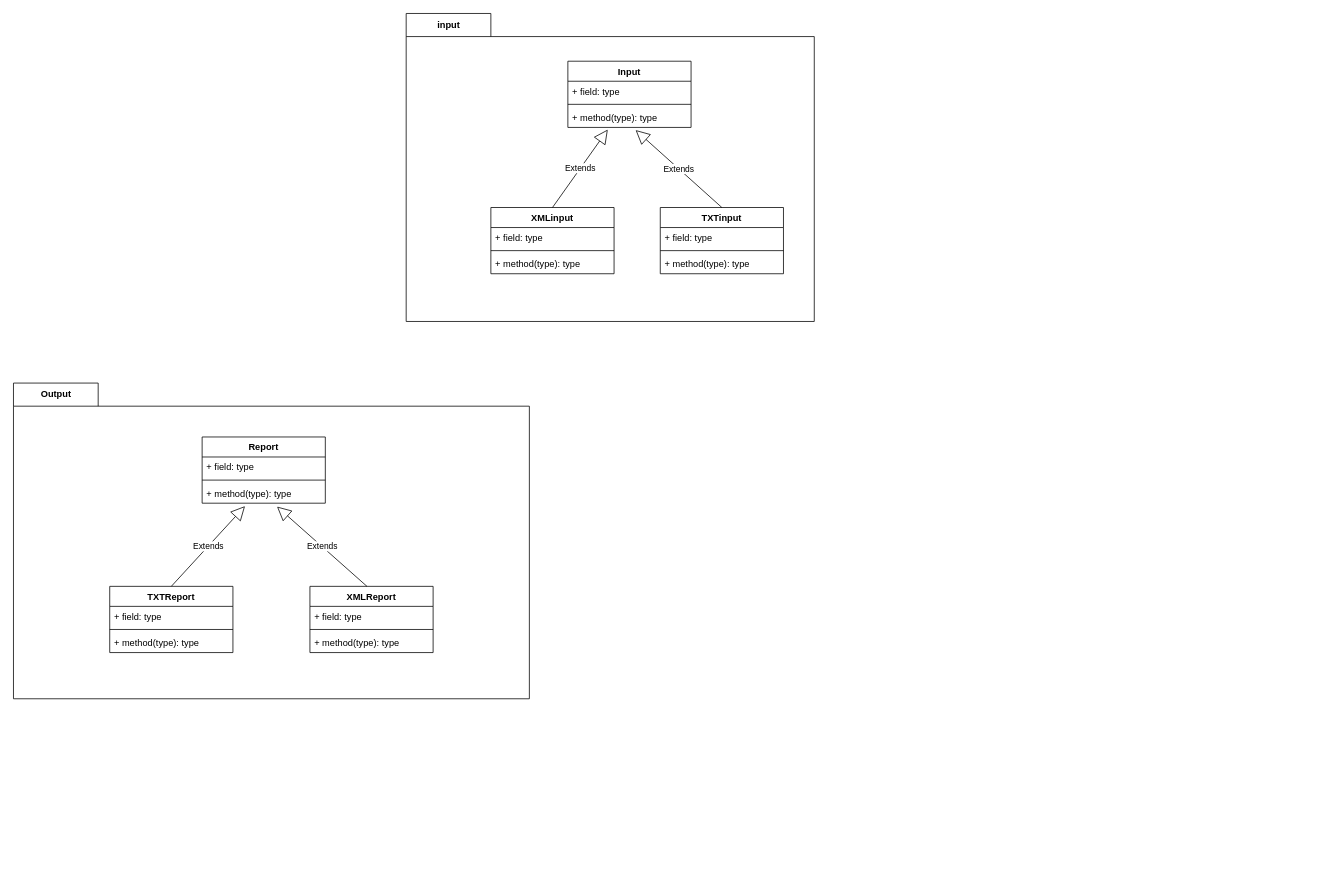
Above: soft-devII-2024-project-material/sales-commissions-application/src/class_diagram.drawio in philipAthanasopoulos/Saleio (draw.io), before the change. Source tidied: cells renumbered, new cells numbered last; positions are measured from the earlier drawing's top-left corner, leaving out a move shared by most shapes. Both pictures are drawn from the tidied source at 77%, with x=0, y=0 at pixel (13, 13).
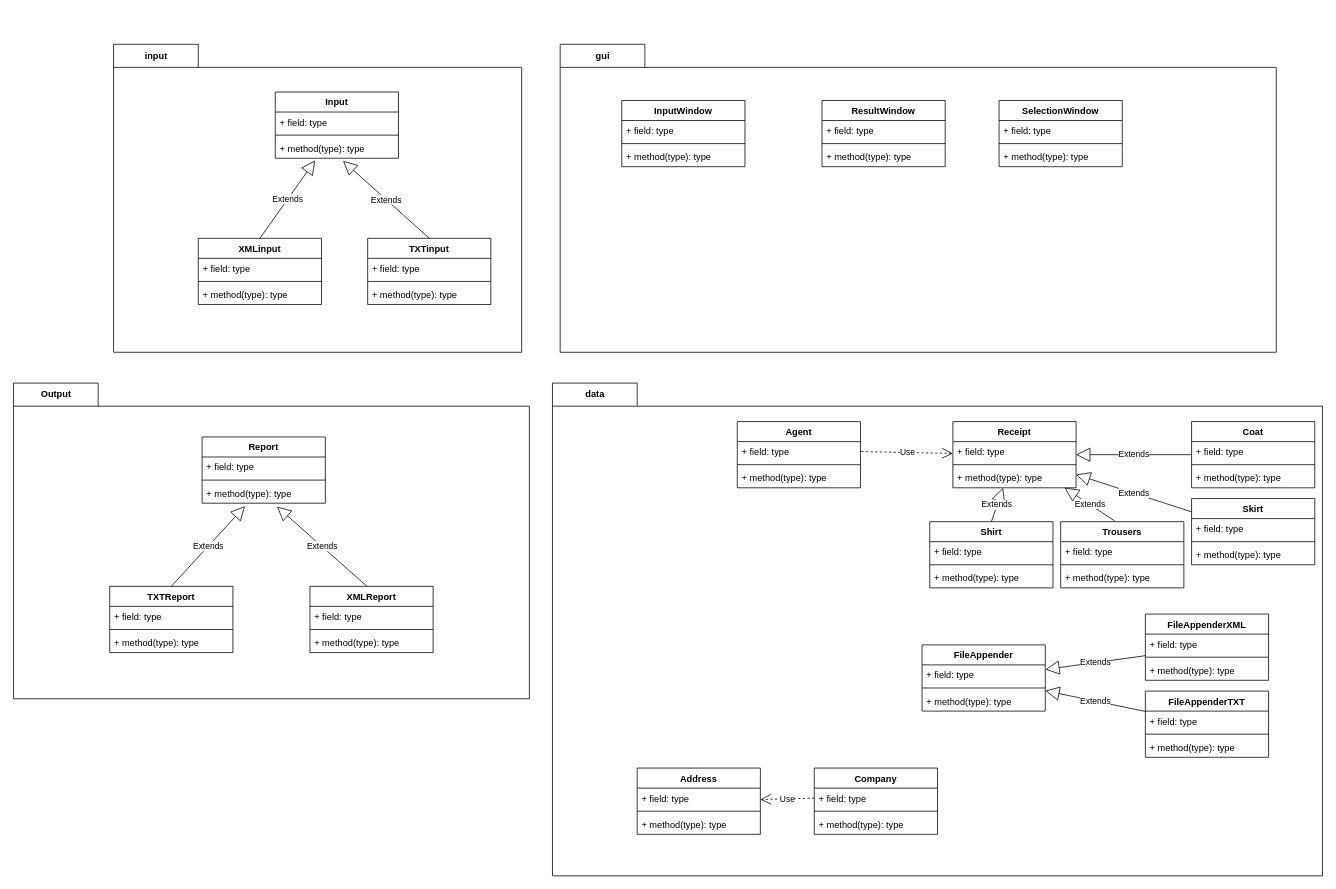
After the change.

The edit, as a diff of the source:
```diff
@@
     <mxCell id="2" value="input" style="shape=folder;fontStyle=1;tabWidth=110;tabHeight=30;tabPosition=left;html=1;boundedLbl=1;labelInHeader=1;" parent="1" vertex="1">
-      <mxGeometry x="510" width="530" height="400" as="geometry" />
+      <mxGeometry x="130" y="40" width="530" height="400" as="geometry" />
     </mxCell>
@@
+    <mxCell id="34" value="data" style="shape=folder;fontStyle=1;tabWidth=110;tabHeight=30;tabPosition=left;html=1;boundedLbl=1;labelInHeader=1;" parent="1" vertex="1">
+      <mxGeometry x="700" y="480" width="1000" height="640" as="geometry" />
+    </mxCell>
+    <mxCell id="35" style="html=1;strokeColor=none;fillColor=none;" parent="34" vertex="1">
+      <mxGeometry width="1000" height="448" relative="1" as="geometry">
+        <mxPoint y="30" as="offset" />
+      </mxGeometry>
+    </mxCell>
+    <mxCell id="36" value="Receipt" style="swimlane;fontStyle=1;align=center;verticalAlign=top;horizontal=1;startSize=26;" parent="34" vertex="1">
+      <mxGeometry x="520" y="50" width="160" height="86" as="geometry" />
+    </mxCell>
+    <mxCell id="37" value="+ field: type" style="text;strokeColor=none;fillColor=none;align=left;verticalAlign=top;spacingLeft=4;spacingRight=4;overflow=hidden;" parent="36" vertex="1">
+      <mxGeometry y="26" width="160" height="26" as="geometry" />
+    </mxCell>
+    <mxCell id="38" style="line;strokeWidth=1;fillColor=none;align=left;verticalAlign=middle;spacingTop=-1;spacingLeft=3;spacingRight=3;labelPosition=right;strokeColor=inherit;" parent="36" vertex="1">
+      <mxGeometry y="52" width="160" height="8" as="geometry" />
+    </mxCell>
+    <mxCell id="39" value="+ method(type): type" style="text;strokeColor=none;fillColor=none;align=left;verticalAlign=top;spacingLeft=4;spacingRight=4;overflow=hidden;" parent="36" vertex="1">
+      <mxGeometry y="60" width="160" height="26" as="geometry" />
+    </mxCell>
+    <mxCell id="40" value="Shirt" style="swimlane;fontStyle=1;align=center;verticalAlign=top;horizontal=1;startSize=26;" parent="34" vertex="1">
+      <mxGeometry x="490" y="180" width="160" height="86" as="geometry" />
+    </mxCell>
+    <mxCell id="41" value="+ field: type" style="text;strokeColor=none;fillColor=none;align=left;verticalAlign=top;spacingLeft=4;spacingRight=4;overflow=hidden;" parent="40" vertex="1">
+      <mxGeometry y="26" width="160" height="26" as="geometry" />
+    </mxCell>
+    <mxCell id="42" style="line;strokeWidth=1;fillColor=none;align=left;verticalAlign=middle;spacingTop=-1;spacingLeft=3;spacingRight=3;labelPosition=right;strokeColor=inherit;" parent="40" vertex="1">
+      <mxGeometry y="52" width="160" height="8" as="geometry" />
+    </mxCell>
+    <mxCell id="43" value="+ method(type): type" style="text;strokeColor=none;fillColor=none;align=left;verticalAlign=top;spacingLeft=4;spacingRight=4;overflow=hidden;" parent="40" vertex="1">
+      <mxGeometry y="60" width="160" height="26" as="geometry" />
+    </mxCell>
+    <mxCell id="44" value="Trousers" style="swimlane;fontStyle=1;align=center;verticalAlign=top;horizontal=1;startSize=26;" parent="34" vertex="1">
+      <mxGeometry x="660" y="180" width="160" height="86" as="geometry" />
+    </mxCell>
+    <mxCell id="45" value="+ field: type" style="text;strokeColor=none;fillColor=none;align=left;verticalAlign=top;spacingLeft=4;spacingRight=4;overflow=hidden;" parent="44" vertex="1">
+      <mxGeometry y="26" width="160" height="26" as="geometry" />
+    </mxCell>
+    <mxCell id="46" style="line;strokeWidth=1;fillColor=none;align=left;verticalAlign=middle;spacingTop=-1;spacingLeft=3;spacingRight=3;labelPosition=right;strokeColor=inherit;" parent="44" vertex="1">
+      <mxGeometry y="52" width="160" height="8" as="geometry" />
+    </mxCell>
+    <mxCell id="47" value="+ method(type): type" style="text;strokeColor=none;fillColor=none;align=left;verticalAlign=top;spacingLeft=4;spacingRight=4;overflow=hidden;" parent="44" vertex="1">
+      <mxGeometry y="60" width="160" height="26" as="geometry" />
+    </mxCell>
+    <mxCell id="48" value="Skirt" style="swimlane;fontStyle=1;align=center;verticalAlign=top;horizontal=1;startSize=26;" parent="34" vertex="1">
+      <mxGeometry x="830" y="150" width="160" height="86" as="geometry" />
+    </mxCell>
+    <mxCell id="49" value="+ field: type" style="text;strokeColor=none;fillColor=none;align=left;verticalAlign=top;spacingLeft=4;spacingRight=4;overflow=hidden;" parent="48" vertex="1">
+      <mxGeometry y="26" width="160" height="26" as="geometry" />
+    </mxCell>
+    <mxCell id="50" style="line;strokeWidth=1;fillColor=none;align=left;verticalAlign=middle;spacingTop=-1;spacingLeft=3;spacingRight=3;labelPosition=right;strokeColor=inherit;" parent="48" vertex="1">
+      <mxGeometry y="52" width="160" height="8" as="geometry" />
+    </mxCell>
+    <mxCell id="51" value="+ method(type): type" style="text;strokeColor=none;fillColor=none;align=left;verticalAlign=top;spacingLeft=4;spacingRight=4;overflow=hidden;" parent="48" vertex="1">
+      <mxGeometry y="60" width="160" height="26" as="geometry" />
+    </mxCell>
+    <mxCell id="52" value="Coat" style="swimlane;fontStyle=1;align=center;verticalAlign=top;horizontal=1;startSize=26;" parent="34" vertex="1">
+      <mxGeometry x="830" y="50" width="160" height="86" as="geometry" />
+    </mxCell>
+    <mxCell id="53" value="+ field: type" style="text;strokeColor=none;fillColor=none;align=left;verticalAlign=top;spacingLeft=4;spacingRight=4;overflow=hidden;" parent="52" vertex="1">
+      <mxGeometry y="26" width="160" height="26" as="geometry" />
+    </mxCell>
+    <mxCell id="54" style="line;strokeWidth=1;fillColor=none;align=left;verticalAlign=middle;spacingTop=-1;spacingLeft=3;spacingRight=3;labelPosition=right;strokeColor=inherit;" parent="52" vertex="1">
+      <mxGeometry y="52" width="160" height="8" as="geometry" />
+    </mxCell>
+    <mxCell id="55" value="+ method(type): type" style="text;strokeColor=none;fillColor=none;align=left;verticalAlign=top;spacingLeft=4;spacingRight=4;overflow=hidden;" parent="52" vertex="1">
+      <mxGeometry y="60" width="160" height="26" as="geometry" />
+    </mxCell>
+    <mxCell id="56" value="Extends" style="endArrow=block;endSize=16;endFill=0;html=1;exitX=0.5;exitY=0;exitDx=0;exitDy=0;" parent="34" edge="1" source="40" target="36">
+      <mxGeometry relative="1" as="geometry" />
+    </mxCell>
+    <mxCell id="57" value="Extends" style="endArrow=block;endSize=16;endFill=0;html=1;exitX=0.438;exitY=-0.012;exitDx=0;exitDy=0;exitPerimeter=0;" parent="34" edge="1" source="44" target="36">
+      <mxGeometry relative="1" as="geometry" />
+    </mxCell>
+    <mxCell id="58" value="Extends" style="endArrow=block;endSize=16;endFill=0;html=1;" parent="34" edge="1" source="48" target="36">
+      <mxGeometry relative="1" as="geometry" />
+    </mxCell>
+    <mxCell id="59" value="Extends" style="endArrow=block;endSize=16;endFill=0;html=1;" parent="34" edge="1" source="52" target="36">
+      <mxGeometry relative="1" as="geometry" />
+    </mxCell>
+    <mxCell id="60" value="Address" style="swimlane;fontStyle=1;align=center;verticalAlign=top;horizontal=1;startSize=26;" parent="34" vertex="1">
+      <mxGeometry x="110" y="500" width="160" height="86" as="geometry" />
+    </mxCell>
+    <mxCell id="61" value="+ field: type" style="text;strokeColor=none;fillColor=none;align=left;verticalAlign=top;spacingLeft=4;spacingRight=4;overflow=hidden;" parent="60" vertex="1">
+      <mxGeometry y="26" width="160" height="26" as="geometry" />
+    </mxCell>
+    <mxCell id="62" style="line;strokeWidth=1;fillColor=none;align=left;verticalAlign=middle;spacingTop=-1;spacingLeft=3;spacingRight=3;labelPosition=right;strokeColor=inherit;" parent="60" vertex="1">
+      <mxGeometry y="52" width="160" height="8" as="geometry" />
+    </mxCell>
+    <mxCell id="63" value="+ method(type): type" style="text;strokeColor=none;fillColor=none;align=left;verticalAlign=top;spacingLeft=4;spacingRight=4;overflow=hidden;" parent="60" vertex="1">
+      <mxGeometry y="60" width="160" height="26" as="geometry" />
+    </mxCell>
+    <mxCell id="64" value="Agent" style="swimlane;fontStyle=1;align=center;verticalAlign=top;horizontal=1;startSize=26;" parent="34" vertex="1">
+      <mxGeometry x="240" y="50" width="160" height="86" as="geometry" />
+    </mxCell>
+    <mxCell id="65" value="+ field: type" style="text;strokeColor=none;fillColor=none;align=left;verticalAlign=top;spacingLeft=4;spacingRight=4;overflow=hidden;" parent="64" vertex="1">
+      <mxGeometry y="26" width="160" height="26" as="geometry" />
+    </mxCell>
+    <mxCell id="66" style="line;strokeWidth=1;fillColor=none;align=left;verticalAlign=middle;spacingTop=-1;spacingLeft=3;spacingRight=3;labelPosition=right;strokeColor=inherit;" parent="64" vertex="1">
+      <mxGeometry y="52" width="160" height="8" as="geometry" />
+    </mxCell>
+    <mxCell id="67" value="+ method(type): type" style="text;strokeColor=none;fillColor=none;align=left;verticalAlign=top;spacingLeft=4;spacingRight=4;overflow=hidden;" parent="64" vertex="1">
+      <mxGeometry y="60" width="160" height="26" as="geometry" />
+    </mxCell>
+    <mxCell id="68" value="Company" style="swimlane;fontStyle=1;align=center;verticalAlign=top;horizontal=1;startSize=26;" parent="34" vertex="1">
+      <mxGeometry x="340" y="500" width="160" height="86" as="geometry" />
+    </mxCell>
+    <mxCell id="69" value="+ field: type" style="text;strokeColor=none;fillColor=none;align=left;verticalAlign=top;spacingLeft=4;spacingRight=4;overflow=hidden;points=[[0,0.5],[1,0.5]];portConstraint=eastwest;" parent="68" vertex="1">
+      <mxGeometry y="26" width="160" height="26" as="geometry" />
+    </mxCell>
+    <mxCell id="70" style="line;strokeWidth=1;fillColor=none;align=left;verticalAlign=middle;spacingTop=-1;spacingLeft=3;spacingRight=3;labelPosition=right;strokeColor=inherit;" parent="68" vertex="1">
+      <mxGeometry y="52" width="160" height="8" as="geometry" />
+    </mxCell>
+    <mxCell id="71" value="+ method(type): type" style="text;strokeColor=none;fillColor=none;align=left;verticalAlign=top;spacingLeft=4;spacingRight=4;overflow=hidden;" parent="68" vertex="1">
+      <mxGeometry y="60" width="160" height="26" as="geometry" />
+    </mxCell>
+    <mxCell id="72" value="Use" style="endArrow=open;endSize=12;dashed=1;html=1;exitX=0;exitY=0.5;exitDx=0;exitDy=0;" parent="34" edge="1" source="69" target="60">
+      <mxGeometry relative="1" as="geometry" />
+    </mxCell>
+    <mxCell id="73" value="FileAppender" style="swimlane;fontStyle=1;align=center;verticalAlign=top;horizontal=1;startSize=26;" parent="34" vertex="1">
+      <mxGeometry x="480" y="340" width="160" height="86" as="geometry" />
+    </mxCell>
+    <mxCell id="74" value="+ field: type" style="text;strokeColor=none;fillColor=none;align=left;verticalAlign=top;spacingLeft=4;spacingRight=4;overflow=hidden;" parent="73" vertex="1">
+      <mxGeometry y="26" width="160" height="26" as="geometry" />
+    </mxCell>
+    <mxCell id="75" style="line;strokeWidth=1;fillColor=none;align=left;verticalAlign=middle;spacingTop=-1;spacingLeft=3;spacingRight=3;labelPosition=right;strokeColor=inherit;" parent="73" vertex="1">
+      <mxGeometry y="52" width="160" height="8" as="geometry" />
+    </mxCell>
+    <mxCell id="76" value="+ method(type): type" style="text;strokeColor=none;fillColor=none;align=left;verticalAlign=top;spacingLeft=4;spacingRight=4;overflow=hidden;" parent="73" vertex="1">
+      <mxGeometry y="60" width="160" height="26" as="geometry" />
+    </mxCell>
+    <mxCell id="77" value="FileAppenderXML" style="swimlane;fontStyle=1;align=center;verticalAlign=top;horizontal=1;startSize=26;" parent="34" vertex="1">
+      <mxGeometry x="770" y="300" width="160" height="86" as="geometry" />
+    </mxCell>
+    <mxCell id="78" value="+ field: type" style="text;strokeColor=none;fillColor=none;align=left;verticalAlign=top;spacingLeft=4;spacingRight=4;overflow=hidden;" parent="77" vertex="1">
+      <mxGeometry y="26" width="160" height="26" as="geometry" />
+    </mxCell>
+    <mxCell id="79" style="line;strokeWidth=1;fillColor=none;align=left;verticalAlign=middle;spacingTop=-1;spacingLeft=3;spacingRight=3;labelPosition=right;strokeColor=inherit;" parent="77" vertex="1">
+      <mxGeometry y="52" width="160" height="8" as="geometry" />
+    </mxCell>
+    <mxCell id="80" value="+ method(type): type" style="text;strokeColor=none;fillColor=none;align=left;verticalAlign=top;spacingLeft=4;spacingRight=4;overflow=hidden;" parent="77" vertex="1">
+      <mxGeometry y="60" width="160" height="26" as="geometry" />
+    </mxCell>
+    <mxCell id="81" value="FileAppenderTXT" style="swimlane;fontStyle=1;align=center;verticalAlign=top;horizontal=1;startSize=26;" parent="34" vertex="1">
+      <mxGeometry x="770" y="400" width="160" height="86" as="geometry" />
+    </mxCell>
+    <mxCell id="82" value="+ field: type" style="text;strokeColor=none;fillColor=none;align=left;verticalAlign=top;spacingLeft=4;spacingRight=4;overflow=hidden;" parent="81" vertex="1">
+      <mxGeometry y="26" width="160" height="26" as="geometry" />
+    </mxCell>
+    <mxCell id="83" style="line;strokeWidth=1;fillColor=none;align=left;verticalAlign=middle;spacingTop=-1;spacingLeft=3;spacingRight=3;labelPosition=right;strokeColor=inherit;" parent="81" vertex="1">
+      <mxGeometry y="52" width="160" height="8" as="geometry" />
+    </mxCell>
+    <mxCell id="84" value="+ method(type): type" style="text;strokeColor=none;fillColor=none;align=left;verticalAlign=top;spacingLeft=4;spacingRight=4;overflow=hidden;" parent="81" vertex="1">
+      <mxGeometry y="60" width="160" height="26" as="geometry" />
+    </mxCell>
+    <mxCell id="85" value="Extends" style="endArrow=block;endSize=16;endFill=0;html=1;" parent="34" edge="1" source="77" target="73">
+      <mxGeometry relative="1" as="geometry" />
+    </mxCell>
+    <mxCell id="86" value="Extends" style="endArrow=block;endSize=16;endFill=0;html=1;" parent="34" edge="1" source="81" target="73">
+      <mxGeometry relative="1" as="geometry" />
+    </mxCell>
+    <mxCell id="87" value="Use" style="endArrow=open;endSize=12;dashed=1;html=1;exitX=1;exitY=0.5;exitDx=0;exitDy=0;" parent="34" edge="1" target="36">
+      <mxGeometry relative="1" as="geometry">
+        <mxPoint x="401" y="89" as="sourcePoint" />
+      </mxGeometry>
+    </mxCell>
+    <mxCell id="88" value="gui" style="shape=folder;fontStyle=1;tabWidth=110;tabHeight=30;tabPosition=left;html=1;boundedLbl=1;labelInHeader=1;" parent="1" vertex="1">
+      <mxGeometry x="710" y="40" width="930" height="400" as="geometry" />
+    </mxCell>
+    <mxCell id="89" style="html=1;strokeColor=none;fillColor=none;" parent="88" vertex="1">
+      <mxGeometry width="930" height="280" relative="1" as="geometry">
+        <mxPoint y="30" as="offset" />
+      </mxGeometry>
+    </mxCell>
+    <mxCell id="90" value="InputWindow" style="swimlane;fontStyle=1;align=center;verticalAlign=top;horizontal=1;startSize=26;" parent="88" vertex="1">
+      <mxGeometry x="80" y="73" width="160" height="86" as="geometry" />
+    </mxCell>
+    <mxCell id="91" value="+ field: type" style="text;strokeColor=none;fillColor=none;align=left;verticalAlign=top;spacingLeft=4;spacingRight=4;overflow=hidden;" parent="90" vertex="1">
+      <mxGeometry y="26" width="160" height="26" as="geometry" />
+    </mxCell>
+    <mxCell id="92" style="line;strokeWidth=1;fillColor=none;align=left;verticalAlign=middle;spacingTop=-1;spacingLeft=3;spacingRight=3;labelPosition=right;strokeColor=inherit;" parent="90" vertex="1">
+      <mxGeometry y="52" width="160" height="8" as="geometry" />
+    </mxCell>
+    <mxCell id="93" value="+ method(type): type" style="text;strokeColor=none;fillColor=none;align=left;verticalAlign=top;spacingLeft=4;spacingRight=4;overflow=hidden;" parent="90" vertex="1">
+      <mxGeometry y="60" width="160" height="26" as="geometry" />
+    </mxCell>
+    <mxCell id="94" value="ResultWindow" style="swimlane;fontStyle=1;align=center;verticalAlign=top;horizontal=1;startSize=26;" parent="88" vertex="1">
+      <mxGeometry x="340" y="73" width="160" height="86" as="geometry" />
+    </mxCell>
+    <mxCell id="95" value="+ field: type" style="text;strokeColor=none;fillColor=none;align=left;verticalAlign=top;spacingLeft=4;spacingRight=4;overflow=hidden;" parent="94" vertex="1">
+      <mxGeometry y="26" width="160" height="26" as="geometry" />
+    </mxCell>
+    <mxCell id="96" style="line;strokeWidth=1;fillColor=none;align=left;verticalAlign=middle;spacingTop=-1;spacingLeft=3;spacingRight=3;labelPosition=right;strokeColor=inherit;" parent="94" vertex="1">
+      <mxGeometry y="52" width="160" height="8" as="geometry" />
+    </mxCell>
+    <mxCell id="97" value="+ method(type): type" style="text;strokeColor=none;fillColor=none;align=left;verticalAlign=top;spacingLeft=4;spacingRight=4;overflow=hidden;" parent="94" vertex="1">
+      <mxGeometry y="60" width="160" height="26" as="geometry" />
+    </mxCell>
+    <mxCell id="98" value="SelectionWindow" style="swimlane;fontStyle=1;align=center;verticalAlign=top;horizontal=1;startSize=26;" parent="88" vertex="1">
+      <mxGeometry x="570" y="73" width="160" height="86" as="geometry" />
+    </mxCell>
+    <mxCell id="99" value="+ field: type" style="text;strokeColor=none;fillColor=none;align=left;verticalAlign=top;spacingLeft=4;spacingRight=4;overflow=hidden;" parent="98" vertex="1">
+      <mxGeometry y="26" width="160" height="26" as="geometry" />
+    </mxCell>
+    <mxCell id="100" style="line;strokeWidth=1;fillColor=none;align=left;verticalAlign=middle;spacingTop=-1;spacingLeft=3;spacingRight=3;labelPosition=right;strokeColor=inherit;" parent="98" vertex="1">
+      <mxGeometry y="52" width="160" height="8" as="geometry" />
+    </mxCell>
+    <mxCell id="101" value="+ method(type): type" style="text;strokeColor=none;fillColor=none;align=left;verticalAlign=top;spacingLeft=4;spacingRight=4;overflow=hidden;" parent="98" vertex="1">
+      <mxGeometry y="60" width="160" height="26" as="geometry" />
+    </mxCell>
```
